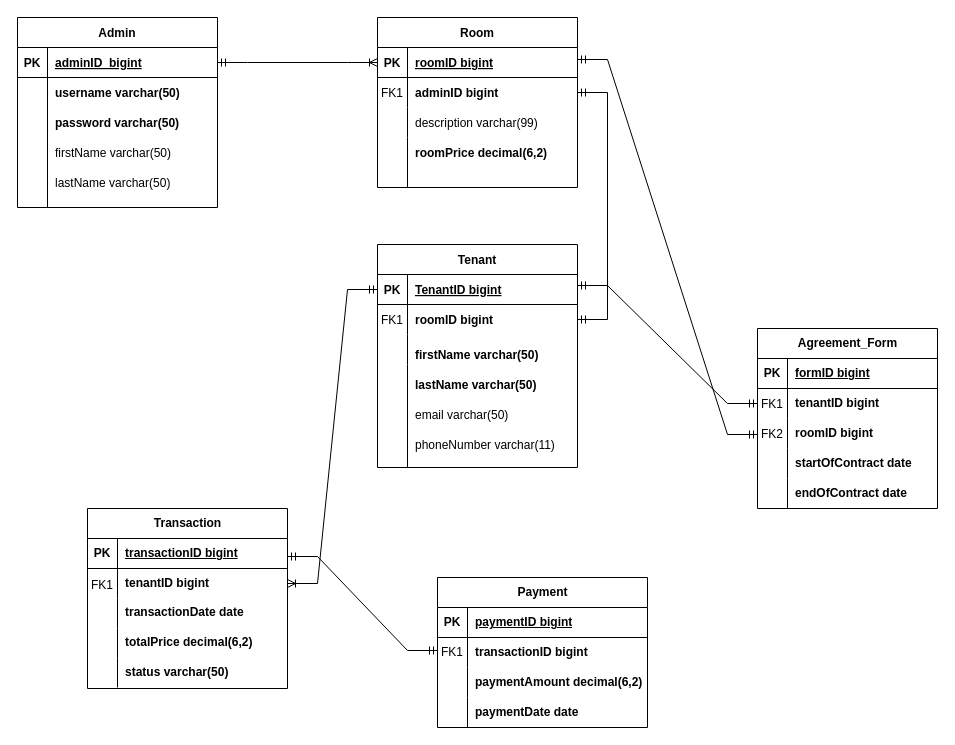
The draw.io diagram ERD.drawio in Beskiit/DIAGRAMS, before the edit. Source tidied: cells renumbered, new cells numbered last; positions are measured from the earlier drawing's top-left corner, leaving out a move shared by most shapes. Both pictures are drawn from the tidied source at 100%, with x=0, y=0 at pixel (17, 17).
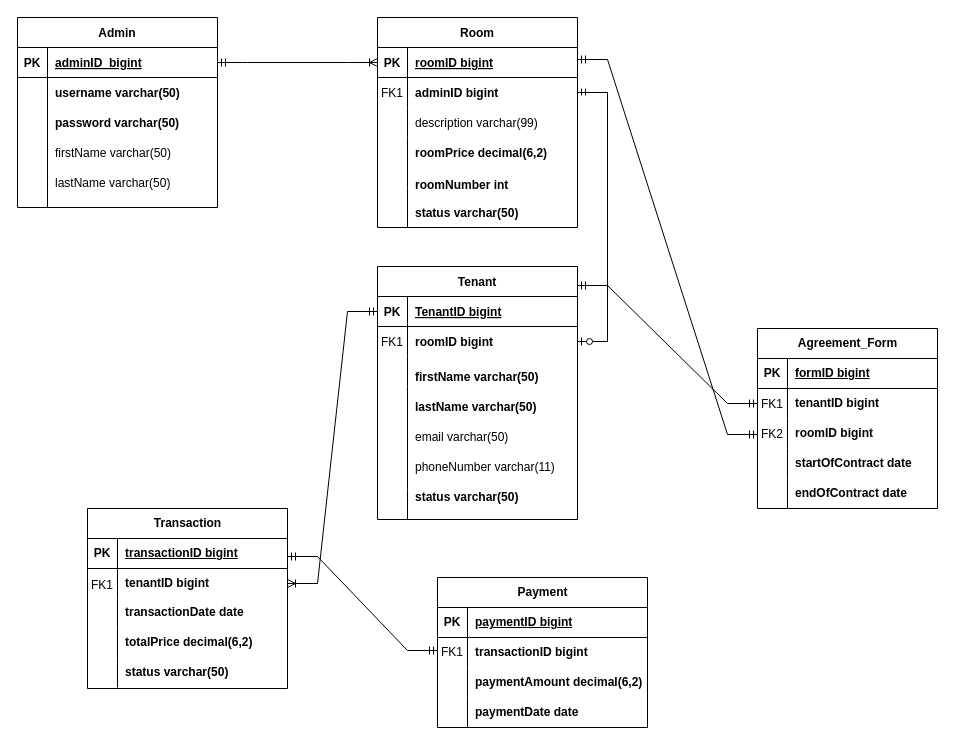
The same diagram, later.

The change refers to these unchanged cells:
```xml
<mxCell id="6" style="shape=partialRectangle;fillColor=none;points=[[0,0.5],[1,0.5]];portConstraint=eastwest;top=0;left=0;right=0;bottom=0;" parent="2" vertex="1">
  <mxGeometry y="60" width="200" height="30" as="geometry" />
</mxCell>
<mxCell id="16" style="shape=partialRectangle;fillColor=none;points=[[0,0.5],[1,0.5]];portConstraint=eastwest;top=0;left=0;right=0;bottom=0;" parent="12" vertex="1">
  <mxGeometry y="60" width="200" height="30" as="geometry" />
</mxCell>
```

Change to the diagram source:
```diff
@@
     <mxCell id="2" value="Room" style="shape=table;startSize=30;childLayout=tableLayout;rowLines=0;fontStyle=1;align=center;" parent="1" vertex="1">
-      <mxGeometry x="360" width="200" height="170" as="geometry" />
+      <mxGeometry x="360" width="200" height="210" as="geometry" />
     </mxCell>
@@
     <mxCell id="12" value="Tenant" style="shape=table;startSize=30;childLayout=tableLayout;rowLines=0;fontStyle=1;align=center;" parent="1" vertex="1">
-      <mxGeometry x="360" y="227" width="200" height="223" as="geometry" />
+      <mxGeometry x="360" y="249" width="200" height="253" as="geometry" />
     </mxCell>
@@
     <mxCell id="41" style="shape=partialRectangle;overflow=hidden;fillColor=none;top=0;left=0;bottom=0;right=0;" parent="1" vertex="1">
-      <mxGeometry x="360" y="317" width="30" height="30" as="geometry" />
+      <mxGeometry x="360" y="339" width="30" height="30" as="geometry" />
     </mxCell>
     <mxCell id="42" value="firstName varchar(50)" style="shape=partialRectangle;overflow=hidden;fillColor=none;top=0;left=0;bottom=0;right=0;align=left;spacingLeft=6;fontStyle=1;" parent="1" vertex="1">
-      <mxGeometry x="390" y="322" width="220" height="30" as="geometry" />
+      <mxGeometry x="390" y="344" width="220" height="30" as="geometry" />
     </mxCell>
     <mxCell id="43" style="endArrow=none;html=1;rounded=0;entryX=0.12;entryY=-0.02;entryDx=0;entryDy=0;entryPerimeter=0;" parent="1" edge="1">
       <mxGeometry relative="1" as="geometry">
-        <mxPoint x="390" y="450" as="sourcePoint" />
-        <mxPoint x="390" y="347" as="targetPoint" />
+        <mxPoint x="390" y="472" as="sourcePoint" />
+        <mxPoint x="390" y="369" as="targetPoint" />
       </mxGeometry>
     </mxCell>
     <mxCell id="44" value="lastName varchar(50)" style="shape=partialRectangle;overflow=hidden;fillColor=none;top=0;left=0;bottom=0;right=0;align=left;spacingLeft=6;fontStyle=1;" parent="1" vertex="1">
-      <mxGeometry x="390" y="352" width="220" height="30" as="geometry" />
+      <mxGeometry x="390" y="374" width="220" height="30" as="geometry" />
     </mxCell>
     <mxCell id="45" value="email varchar(50)" style="shape=partialRectangle;overflow=hidden;fillColor=none;top=0;left=0;bottom=0;right=0;align=left;spacingLeft=6;fontStyle=0;" parent="1" vertex="1">
-      <mxGeometry x="390" y="382" width="220" height="30" as="geometry" />
+      <mxGeometry x="390" y="404" width="220" height="30" as="geometry" />
     </mxCell>
     <mxCell id="46" value="phoneNumber varchar(11)" style="shape=partialRectangle;overflow=hidden;fillColor=none;top=0;left=0;bottom=0;right=0;align=left;spacingLeft=6;fontStyle=0;" parent="1" vertex="1">
-      <mxGeometry x="390" y="412" width="220" height="30" as="geometry" />
+      <mxGeometry x="390" y="434" width="220" height="30" as="geometry" />
     </mxCell>
@@
-    <mxCell id="99" style="edgeStyle=entityRelationEdgeStyle;fontSize=12;html=1;endArrow=ERmandOne;startArrow=ERmandOne;rounded=0;exitX=1;exitY=0.5;exitDx=0;exitDy=0;entryX=1;entryY=0.5;entryDx=0;entryDy=0;" parent="1" edge="1" source="16" target="6">
-      <mxGeometry relative="1" as="geometry" />
-    </mxCell>
@@
+    <mxCell id="104" style="edgeStyle=entityRelationEdgeStyle;fontSize=12;html=1;endArrow=ERzeroToOne;endFill=1;rounded=0;entryX=1;entryY=0.5;entryDx=0;entryDy=0;exitX=1;exitY=0.5;exitDx=0;exitDy=0;" parent="1" edge="1" source="6" target="16">
+      <mxGeometry relative="1" as="geometry" />
+    </mxCell>
+    <mxCell id="105" style="endArrow=none;html=1;rounded=0;" parent="1" edge="1">
+      <mxGeometry relative="1" as="geometry">
+        <mxPoint x="564" y="78" as="sourcePoint" />
+        <mxPoint x="564" y="71" as="targetPoint" />
+      </mxGeometry>
+    </mxCell>
+    <mxCell id="106" style="endArrow=none;html=1;rounded=0;" parent="1" edge="1">
+      <mxGeometry relative="1" as="geometry">
+        <mxPoint x="568" y="78" as="sourcePoint" />
+        <mxPoint x="568" y="71" as="targetPoint" />
+      </mxGeometry>
+    </mxCell>
+    <mxCell id="107" style="endArrow=none;html=1;rounded=0;" parent="1" edge="1">
+      <mxGeometry relative="1" as="geometry">
+        <mxPoint x="390" y="502" as="sourcePoint" />
+        <mxPoint x="390" y="472" as="targetPoint" />
+      </mxGeometry>
+    </mxCell>
+    <mxCell id="108" value="status varchar(50)" style="shape=partialRectangle;overflow=hidden;fillColor=none;top=0;left=0;bottom=0;right=0;align=left;spacingLeft=6;fontStyle=1;" parent="1" vertex="1">
+      <mxGeometry x="390" y="464" width="220" height="30" as="geometry" />
+    </mxCell>
+    <mxCell id="109" style="endArrow=none;html=1;rounded=0;" parent="1" edge="1">
+      <mxGeometry relative="1" as="geometry">
+        <mxPoint x="390" y="210" as="sourcePoint" />
+        <mxPoint x="390" y="170" as="targetPoint" />
+      </mxGeometry>
+    </mxCell>
+    <mxCell id="110" value="roomNumber int" style="shape=partialRectangle;overflow=hidden;fillColor=none;top=0;left=0;bottom=0;right=0;align=left;spacingLeft=6;fontStyle=1;" parent="1" vertex="1">
+      <mxGeometry x="390" y="152" width="170" height="30" as="geometry" />
+    </mxCell>
+    <mxCell id="111" value="status varchar(50)" style="shape=partialRectangle;overflow=hidden;fillColor=none;top=0;left=0;bottom=0;right=0;align=left;spacingLeft=6;fontStyle=1;" parent="1" vertex="1">
+      <mxGeometry x="390" y="180" width="170" height="30" as="geometry" />
+    </mxCell>
```
